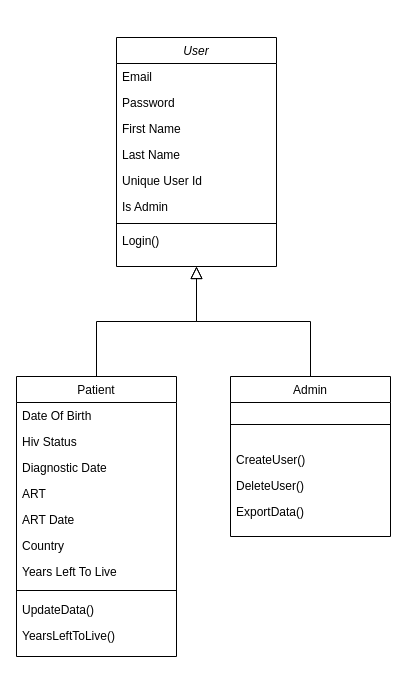
ronn13/CmuSipGahinga1 keeps this draw.io diagram as Assignment_Class_Diagram.drawio. Above is the earlier version. Source tidied: cells renumbered, new cells numbered last; positions are measured from the earlier drawing's top-left corner, leaving out a move shared by most shapes. Both pictures are drawn from the tidied source at 100%, with x=0, y=0 at pixel (16, 37).
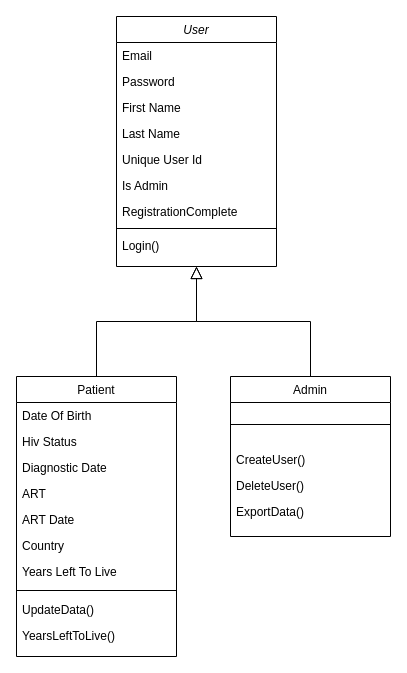
The same page after the edit.

Commit message:
Added Registration Complete flagto user class where flag will be F for Patients and T for admins

What changed in the source:
```diff
@@
     <mxCell id="2" value="User" style="swimlane;fontStyle=2;align=center;verticalAlign=top;horizontal=1;startSize=26;rounded=0;shadow=0;strokeWidth=1;" parent="1" vertex="1">
-      <mxGeometry x="100" width="160" height="229" as="geometry" />
+      <mxGeometry x="100" y="-21" width="160" height="250" as="geometry" />
     </mxCell>
@@
+    <mxCell id="29" value="RegistrationComplete" style="text;align=left;verticalAlign=top;spacingLeft=4;spacingRight=4;overflow=hidden;rounded=0;shadow=0;html=0;" parent="2" vertex="1">
+      <mxGeometry y="182" width="160" height="26" as="geometry" />
+    </mxCell>
     <mxCell id="9" style="line;html=1;strokeWidth=1;align=left;verticalAlign=middle;spacingTop=-1;spacingLeft=3;spacingRight=3;labelPosition=right;" parent="2" vertex="1">
-      <mxGeometry y="182" width="160" height="8" as="geometry" />
+      <mxGeometry y="208" width="160" height="8" as="geometry" />
     </mxCell>
     <mxCell id="10" value="Login()" style="text;align=left;verticalAlign=top;spacingLeft=4;spacingRight=4;overflow=hidden;rounded=0;shadow=0;html=0;" parent="2" vertex="1">
-      <mxGeometry y="190" width="160" height="26" as="geometry" />
+      <mxGeometry y="216" width="160" height="26" as="geometry" />
     </mxCell>
```
